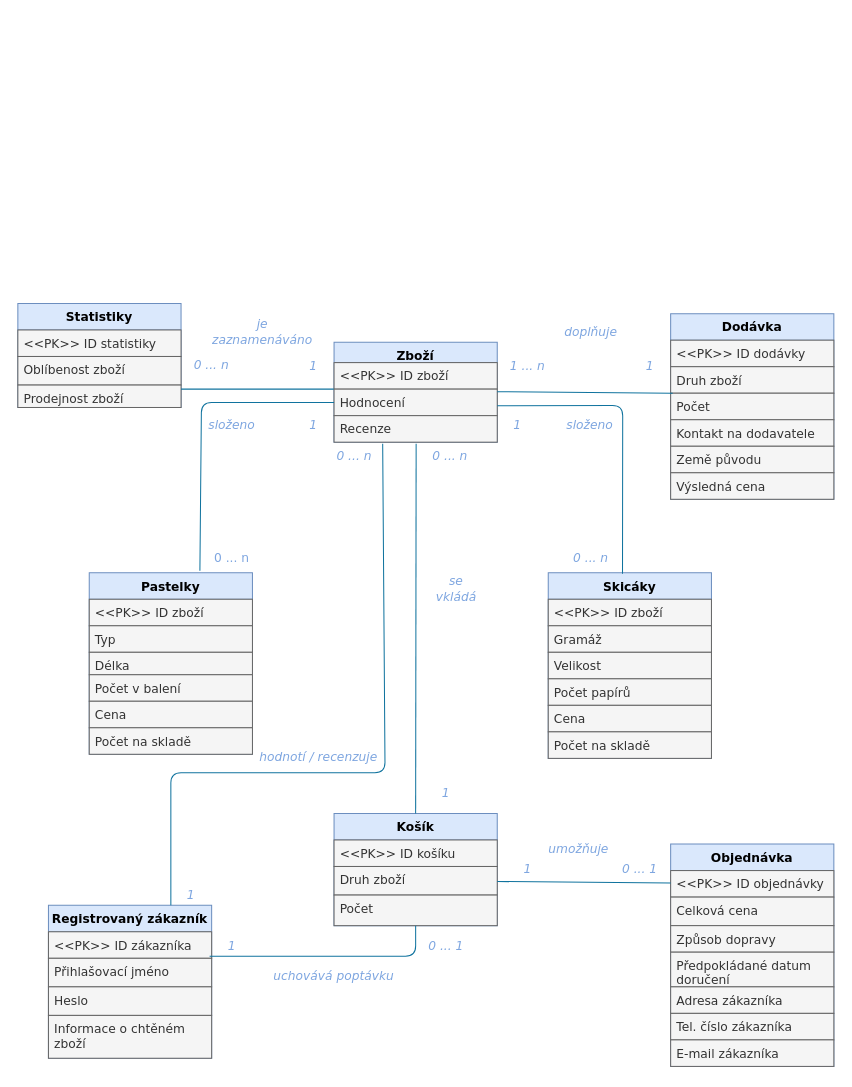
Before: ERdiagram.drawio in taiyo-harenohi/IUS, a draw.io diagram. Source tidied: cells renumbered, new cells numbered last; positions are measured from the earlier drawing's top-left corner, leaving out a move shared by most shapes. Both pictures are drawn from the tidied source at 102%, with x=0, y=0 at pixel (17, 303).
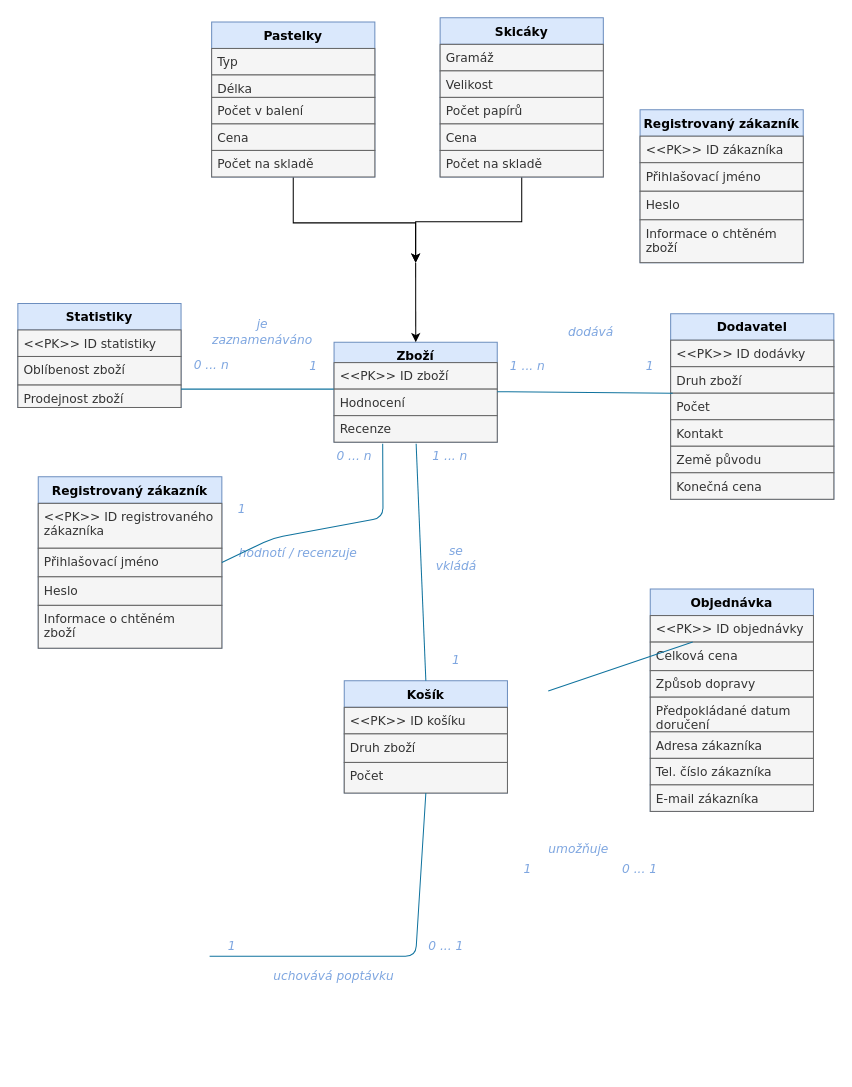
After the change.

Unchanged cells that the change refers to:
```xml
<mxCell id="4" value="Hodnocení" style="text;align=left;verticalAlign=top;spacingLeft=4;spacingRight=4;overflow=hidden;points=[[0,0.5],[1,0.5]];portConstraint=eastwest;rounded=0;shadow=0;html=0;fillColor=#f5f5f5;strokeColor=#666666;fontColor=#333333;fontFamily=Verdana;" parent="2" vertex="1">
  <mxGeometry y="46" width="160" height="26" as="geometry" />
</mxCell>
<mxCell id="5" value="Recenze" style="text;align=left;verticalAlign=top;spacingLeft=4;spacingRight=4;overflow=hidden;points=[[0,0.5],[1,0.5]];portConstraint=eastwest;rounded=0;shadow=0;html=0;fillColor=#f5f5f5;strokeColor=#666666;fontColor=#333333;fontFamily=Verdana;" parent="2" vertex="1">
  <mxGeometry y="72" width="160" height="26" as="geometry" />
</mxCell>
<mxCell id="29" value="Druh zboží" style="text;align=left;verticalAlign=top;spacingLeft=4;spacingRight=4;overflow=hidden;points=[[0,0.5],[1,0.5]];portConstraint=eastwest;fillColor=#f5f5f5;strokeColor=#666666;fontColor=#333333;fontFamily=Verdana;" parent="27" vertex="1">
  <mxGeometry y="52" width="160" height="28" as="geometry" />
</mxCell>
<mxCell id="56" value="&lt;&lt;PK&gt;&gt; ID objednávky&#10;" style="text;align=left;verticalAlign=top;spacingLeft=4;spacingRight=4;overflow=hidden;points=[[0,0.5],[1,0.5]];portConstraint=eastwest;fillColor=#f5f5f5;strokeColor=#666666;fontColor=#333333;fontFamily=Verdana;" parent="55" vertex="1">
  <mxGeometry y="26" width="160" height="26" as="geometry" />
</mxCell>
```

Diff of the diagram source:
```diff
@@
+    <mxCell id="81" style="edgeStyle=orthogonalEdgeStyle;rounded=0;jettySize=auto;html=1;exitX=0.5;exitY=1;exitDx=0;exitDy=0;" parent="1" edge="1" source="6">
+      <mxGeometry relative="1" as="geometry">
+        <mxPoint x="390" y="-40" as="targetPoint" />
+        <Array as="points">
+          <mxPoint x="270" y="-79" />
+          <mxPoint x="390" y="-79" />
+        </Array>
+      </mxGeometry>
+    </mxCell>
     <mxCell id="6" value="Pastelky" style="swimlane;fontStyle=1;align=center;verticalAlign=top;horizontal=1;startSize=26;rounded=0;shadow=0;strokeWidth=1;fillColor=#dae8fc;strokeColor=#6c8ebf;fontFamily=Verdana;" parent="1" vertex="1">
-      <mxGeometry x="70" y="264" width="160" height="178" as="geometry" />
+      <mxGeometry x="190" y="-276" width="160" height="152" as="geometry" />
     </mxCell>
-    <mxCell id="7" value="&lt;&lt;PK&gt;&gt; ID zboží" style="text;align=left;verticalAlign=top;spacingLeft=4;spacingRight=4;overflow=hidden;fillColor=#f5f5f5;strokeColor=#666666;fontColor=#333333;fontFamily=Verdana;" parent="6" vertex="1">
-      <mxGeometry y="26" width="160" height="26" as="geometry" />
-    </mxCell>
     <mxCell id="8" value="Typ" style="text;align=left;verticalAlign=top;spacingLeft=4;spacingRight=4;overflow=hidden;rounded=0;shadow=0;html=0;fillColor=#f5f5f5;strokeColor=#666666;fontColor=#333333;fontFamily=Verdana;" parent="6" vertex="1">
-      <mxGeometry y="52" width="160" height="26" as="geometry" />
+      <mxGeometry y="26" width="160" height="26" as="geometry" />
     </mxCell>
     <mxCell id="9" value="Délka" style="text;align=left;verticalAlign=top;spacingLeft=4;spacingRight=4;overflow=hidden;fontStyle=0;fillColor=#f5f5f5;strokeColor=#666666;fontColor=#333333;fontFamily=Verdana;" parent="6" vertex="1">
-      <mxGeometry y="78" width="160" height="22" as="geometry" />
+      <mxGeometry y="52" width="160" height="22" as="geometry" />
     </mxCell>
     <mxCell id="10" value="Počet v balení&#10;" style="text;align=left;verticalAlign=top;spacingLeft=4;spacingRight=4;overflow=hidden;fillColor=#f5f5f5;strokeColor=#666666;fontColor=#333333;fontFamily=Verdana;" parent="6" vertex="1">
-      <mxGeometry y="100" width="160" height="26" as="geometry" />
+      <mxGeometry y="74" width="160" height="26" as="geometry" />
     </mxCell>
     <mxCell id="11" value="Cena" style="text;align=left;verticalAlign=top;spacingLeft=4;spacingRight=4;overflow=hidden;fillColor=#f5f5f5;strokeColor=#666666;fontColor=#333333;fontFamily=Verdana;" parent="6" vertex="1">
-      <mxGeometry y="126" width="160" height="26" as="geometry" />
+      <mxGeometry y="100" width="160" height="26" as="geometry" />
     </mxCell>
     <mxCell id="12" value="Počet na skladě" style="text;align=left;verticalAlign=top;spacingLeft=4;spacingRight=4;overflow=hidden;fillColor=#f5f5f5;strokeColor=#666666;fontColor=#333333;fontFamily=Verdana;" parent="6" vertex="1">
-      <mxGeometry y="152" width="160" height="26" as="geometry" />
+      <mxGeometry y="126" width="160" height="26" as="geometry" />
     </mxCell>
+    <mxCell id="82" style="edgeStyle=orthogonalEdgeStyle;rounded=0;jettySize=auto;html=1;exitX=0.5;exitY=1;exitDx=0;exitDy=0;" parent="1" edge="1" source="13">
+      <mxGeometry relative="1" as="geometry">
+        <mxPoint x="390" y="-40" as="targetPoint" />
+        <Array as="points">
+          <mxPoint x="494" y="-80" />
+          <mxPoint x="390" y="-80" />
+        </Array>
+      </mxGeometry>
+    </mxCell>
     <mxCell id="13" value="Skicáky" style="swimlane;fontStyle=1;align=center;verticalAlign=top;horizontal=1;startSize=26;rounded=0;shadow=0;strokeWidth=1;fillColor=#dae8fc;strokeColor=#6c8ebf;fontFamily=Verdana;" parent="1" vertex="1">
-      <mxGeometry x="520" y="264" width="160" height="182" as="geometry" />
+      <mxGeometry x="414" y="-280" width="160" height="156" as="geometry" />
     </mxCell>
-    <mxCell id="14" value="&lt;&lt;PK&gt;&gt; ID zboží&#10;" style="text;align=left;verticalAlign=top;spacingLeft=4;spacingRight=4;overflow=hidden;fillColor=#f5f5f5;strokeColor=#666666;fontColor=#333333;fontFamily=Verdana;" parent="13" vertex="1">
-      <mxGeometry y="26" width="160" height="26" as="geometry" />
-    </mxCell>
     <mxCell id="15" value="Gramáž" style="text;align=left;verticalAlign=top;spacingLeft=4;spacingRight=4;overflow=hidden;fillColor=#f5f5f5;strokeColor=#666666;fontColor=#333333;fontFamily=Verdana;" parent="13" vertex="1">
-      <mxGeometry y="52" width="160" height="26" as="geometry" />
+      <mxGeometry y="26" width="160" height="26" as="geometry" />
     </mxCell>
     <mxCell id="16" value="Velikost" style="text;align=left;verticalAlign=top;spacingLeft=4;spacingRight=4;overflow=hidden;fillColor=#f5f5f5;strokeColor=#666666;fontColor=#333333;fontFamily=Verdana;" parent="13" vertex="1">
-      <mxGeometry y="78" width="160" height="26" as="geometry" />
+      <mxGeometry y="52" width="160" height="26" as="geometry" />
     </mxCell>
     <mxCell id="17" value="Počet papírů" style="text;align=left;verticalAlign=top;spacingLeft=4;spacingRight=4;overflow=hidden;fillColor=#f5f5f5;strokeColor=#666666;fontColor=#333333;fontFamily=Verdana;" parent="13" vertex="1">
-      <mxGeometry y="104" width="160" height="26" as="geometry" />
+      <mxGeometry y="78" width="160" height="26" as="geometry" />
     </mxCell>
     <mxCell id="18" value="Cena" style="text;align=left;verticalAlign=top;spacingLeft=4;spacingRight=4;overflow=hidden;fillColor=#f5f5f5;strokeColor=#666666;fontColor=#333333;fontFamily=Verdana;" parent="13" vertex="1">
-      <mxGeometry y="130" width="160" height="26" as="geometry" />
+      <mxGeometry y="104" width="160" height="26" as="geometry" />
     </mxCell>
     <mxCell id="19" value="Počet na skladě" style="text;align=left;verticalAlign=top;spacingLeft=4;spacingRight=4;overflow=hidden;fillColor=#f5f5f5;strokeColor=#666666;fontColor=#333333;fontFamily=Verdana;" parent="13" vertex="1">
-      <mxGeometry y="156" width="160" height="26" as="geometry" />
+      <mxGeometry y="130" width="160" height="26" as="geometry" />
     </mxCell>
-    <mxCell id="20" value="Dodávka" style="swimlane;fontStyle=1;align=center;verticalAlign=top;horizontal=1;startSize=26;rounded=0;shadow=0;strokeWidth=1;fillColor=#dae8fc;strokeColor=#6c8ebf;fontFamily=Verdana;" parent="1" vertex="1">
+    <mxCell id="20" value="Dodavatel" style="swimlane;fontStyle=1;align=center;verticalAlign=top;horizontal=1;startSize=26;rounded=0;shadow=0;strokeWidth=1;fillColor=#dae8fc;strokeColor=#6c8ebf;fontFamily=Verdana;" parent="1" vertex="1">
       <mxGeometry x="640" y="10" width="160" height="182" as="geometry" />
     </mxCell>
@@
-    <mxCell id="24" value="Kontakt na dodavatele" style="text;align=left;verticalAlign=top;spacingLeft=4;spacingRight=4;overflow=hidden;rounded=0;shadow=0;html=0;fillColor=#f5f5f5;strokeColor=#666666;fontColor=#333333;fontFamily=Verdana;" parent="20" vertex="1">
+    <mxCell id="24" value="Kontakt&#10;" style="text;align=left;verticalAlign=top;spacingLeft=4;spacingRight=4;overflow=hidden;rounded=0;shadow=0;html=0;fillColor=#f5f5f5;strokeColor=#666666;fontColor=#333333;fontFamily=Verdana;" parent="20" vertex="1">
       <mxGeometry y="104" width="160" height="26" as="geometry" />
     </mxCell>
@@
-    <mxCell id="26" value="Výsledná cena" style="text;align=left;verticalAlign=top;spacingLeft=4;spacingRight=4;overflow=hidden;rounded=0;shadow=0;html=0;fillColor=#f5f5f5;strokeColor=#666666;fontColor=#333333;fontFamily=Verdana;" parent="20" vertex="1">
+    <mxCell id="26" value="Konečná cena" style="text;align=left;verticalAlign=top;spacingLeft=4;spacingRight=4;overflow=hidden;rounded=0;shadow=0;html=0;fillColor=#f5f5f5;strokeColor=#666666;fontColor=#333333;fontFamily=Verdana;" parent="20" vertex="1">
       <mxGeometry y="156" width="160" height="26" as="geometry" />
     </mxCell>
     <mxCell id="27" value="Košík" style="swimlane;fontStyle=1;align=center;verticalAlign=top;horizontal=1;startSize=26;rounded=0;shadow=0;strokeWidth=1;fillColor=#dae8fc;strokeColor=#6c8ebf;fontFamily=Verdana;" parent="1" vertex="1">
-      <mxGeometry x="310" y="500" width="160" height="110" as="geometry" />
+      <mxGeometry x="320" y="370" width="160" height="110" as="geometry" />
     </mxCell>
@@
-    <mxCell id="37" value="doplňuje" style="text;html=1;strokeColor=none;fillColor=none;align=center;verticalAlign=middle;whiteSpace=wrap;rounded=0;fontFamily=Verdana;fontColor=#7EA6E0;fontStyle=2;" parent="1" vertex="1">
+    <mxCell id="37" value="dodává" style="text;html=1;strokeColor=none;fillColor=none;align=center;verticalAlign=middle;whiteSpace=wrap;rounded=0;fontFamily=Verdana;fontColor=#7EA6E0;fontStyle=2;" parent="1" vertex="1">
       <mxGeometry x="542.4" y="18" width="40" height="20" as="geometry" />
     </mxCell>
@@
-    <mxCell id="41" value="0 ... n" style="text;html=1;strokeColor=none;fillColor=none;align=center;verticalAlign=middle;whiteSpace=wrap;rounded=0;fontFamily=Verdana;fontColor=#7EA6E0;" parent="1" vertex="1">
-      <mxGeometry x="190" y="240" width="40" height="20" as="geometry" />
-    </mxCell>
-    <mxCell id="42" value="složeno" style="text;html=1;strokeColor=none;fillColor=none;align=center;verticalAlign=middle;whiteSpace=wrap;rounded=0;fontFamily=Verdana;fontColor=#7EA6E0;fontStyle=2;" parent="1" vertex="1">
-      <mxGeometry x="190" y="110" width="40" height="20" as="geometry" />
-    </mxCell>
-    <mxCell id="43" value="1" style="text;html=1;strokeColor=none;fillColor=none;align=center;verticalAlign=middle;whiteSpace=wrap;rounded=0;fontFamily=Verdana;fontColor=#7EA6E0;fontStyle=2;" parent="1" vertex="1">
-      <mxGeometry x="270" y="110" width="40" height="20" as="geometry" />
-    </mxCell>
-    <mxCell id="44" value="1" style="text;html=1;strokeColor=none;fillColor=none;align=center;verticalAlign=middle;whiteSpace=wrap;rounded=0;fontFamily=Verdana;fontColor=#7EA6E0;fontStyle=2;" parent="1" vertex="1">
-      <mxGeometry x="470" y="110" width="40" height="20" as="geometry" />
-    </mxCell>
-    <mxCell id="45" value="složeno" style="text;html=1;strokeColor=none;fillColor=none;align=center;verticalAlign=middle;whiteSpace=wrap;rounded=0;fontFamily=Verdana;fontColor=#7EA6E0;fontStyle=2;" parent="1" vertex="1">
-      <mxGeometry x="540" y="110" width="42.4" height="20" as="geometry" />
-    </mxCell>
-    <mxCell id="46" value="0 ... n" style="text;html=1;strokeColor=none;fillColor=none;align=center;verticalAlign=middle;whiteSpace=wrap;rounded=0;fontFamily=Verdana;fontColor=#7EA6E0;fontStyle=2;" parent="1" vertex="1">
-      <mxGeometry x="542.4" y="240" width="40" height="20" as="geometry" />
-    </mxCell>
-    <mxCell id="47" value="0 ... n" style="text;html=1;strokeColor=none;fillColor=none;align=center;verticalAlign=middle;whiteSpace=wrap;rounded=0;fontFamily=Verdana;fontColor=#7EA6E0;fontStyle=2;" parent="1" vertex="1">
+    <mxCell id="47" value="1 ... n" style="text;html=1;strokeColor=none;fillColor=none;align=center;verticalAlign=middle;whiteSpace=wrap;rounded=0;fontFamily=Verdana;fontColor=#7EA6E0;fontStyle=2;" parent="1" vertex="1">
       <mxGeometry x="404" y="140" width="40" height="20" as="geometry" />
     </mxCell>
     <mxCell id="48" value="se vkládá" style="text;html=1;strokeColor=none;fillColor=none;align=center;verticalAlign=middle;whiteSpace=wrap;rounded=0;fontFamily=Verdana;fontStyle=2;fontColor=#7EA6E0;" parent="1" vertex="1">
-      <mxGeometry x="410" y="270" width="40" height="20" as="geometry" />
+      <mxGeometry x="410" y="240" width="40" height="20" as="geometry" />
     </mxCell>
     <mxCell id="49" value="1" style="text;html=1;strokeColor=none;fillColor=none;align=center;verticalAlign=middle;whiteSpace=wrap;rounded=0;fontFamily=Verdana;fontColor=#7EA6E0;fontStyle=2;" parent="1" vertex="1">
-      <mxGeometry x="400" y="470" width="40" height="20" as="geometry" />
+      <mxGeometry x="410" y="340" width="40" height="20" as="geometry" />
     </mxCell>
     <mxCell id="50" value="Registrovaný zákazník" style="swimlane;fontStyle=1;align=center;verticalAlign=top;horizontal=1;startSize=26;rounded=0;shadow=0;strokeWidth=1;fillColor=#dae8fc;strokeColor=#6c8ebf;fontFamily=Verdana;" parent="1" vertex="1">
-      <mxGeometry x="30" y="590" width="160" height="150" as="geometry" />
+      <mxGeometry x="20" y="170" width="180" height="168" as="geometry" />
     </mxCell>
-    <mxCell id="51" value="&lt;&lt;PK&gt;&gt; ID zákazníka" style="text;align=left;verticalAlign=top;spacingLeft=4;spacingRight=4;overflow=hidden;fillColor=#f5f5f5;strokeColor=#666666;fontColor=#333333;fontFamily=Verdana;" parent="50" vertex="1">
-      <mxGeometry y="26" width="160" height="26" as="geometry" />
+    <mxCell id="51" value="&lt;&lt;PK&gt;&gt; ID registrovaného&#10;zákazníka" style="text;align=left;verticalAlign=top;spacingLeft=4;spacingRight=4;overflow=hidden;fillColor=#f5f5f5;strokeColor=#666666;fontColor=#333333;fontFamily=Verdana;" parent="50" vertex="1">
+      <mxGeometry y="26" width="180" height="44" as="geometry" />
     </mxCell>
     <mxCell id="52" value="Přihlašovací jméno" style="text;align=left;verticalAlign=top;spacingLeft=4;spacingRight=4;overflow=hidden;points=[[0,0.5],[1,0.5]];portConstraint=eastwest;fillColor=#f5f5f5;strokeColor=#666666;fontColor=#333333;fontFamily=Verdana;" parent="50" vertex="1">
-      <mxGeometry y="52" width="160" height="28" as="geometry" />
+      <mxGeometry y="70" width="180" height="28" as="geometry" />
     </mxCell>
     <mxCell id="53" value="Heslo" style="text;align=left;verticalAlign=top;spacingLeft=4;spacingRight=4;overflow=hidden;fillColor=#f5f5f5;strokeColor=#666666;fontColor=#333333;fontFamily=Verdana;" parent="50" vertex="1">
-      <mxGeometry y="80" width="160" height="28" as="geometry" />
+      <mxGeometry y="98" width="180" height="28" as="geometry" />
     </mxCell>
     <mxCell id="54" value="Informace o chtěném &#10;zboží" style="text;align=left;verticalAlign=top;spacingLeft=4;spacingRight=4;overflow=hidden;fillColor=#f5f5f5;strokeColor=#666666;fontColor=#333333;fontFamily=Verdana;" parent="50" vertex="1">
-      <mxGeometry y="108" width="160" height="42" as="geometry" />
+      <mxGeometry y="126" width="180" height="42" as="geometry" />
     </mxCell>
     <mxCell id="55" value="Objednávka" style="swimlane;fontStyle=1;align=center;verticalAlign=top;horizontal=1;startSize=26;rounded=0;shadow=0;strokeWidth=1;fillColor=#dae8fc;strokeColor=#6c8ebf;fontFamily=Verdana;" parent="1" vertex="1">
-      <mxGeometry x="640" y="530" width="160" height="218" as="geometry" />
+      <mxGeometry x="620" y="280" width="160" height="218" as="geometry" />
     </mxCell>
@@
-    <mxCell id="69" style="edgeStyle=orthogonalEdgeStyle;rounded=0;orthogonalLoop=1;jettySize=auto;html=1;exitX=0.5;exitY=1;exitDx=0;exitDy=0;fontFamily=Verdana;fontStyle=2;" parent="1" edge="1" source="43" target="43">
-      <mxGeometry relative="1" as="geometry" />
+    <mxCell id="69" style="edgeStyle=orthogonalEdgeStyle;rounded=0;orthogonalLoop=1;jettySize=auto;html=1;exitX=0.5;exitY=1;exitDx=0;exitDy=0;fontFamily=Verdana;fontStyle=2;" parent="1" edge="1">
+      <mxGeometry relative="1" as="geometry">
+        <mxPoint x="290" y="130" as="sourcePoint" />
+        <mxPoint x="290" y="130" as="targetPoint" />
+      </mxGeometry>
     </mxCell>
     <mxCell id="70" value="1" style="text;html=1;strokeColor=none;fillColor=none;align=center;verticalAlign=middle;whiteSpace=wrap;rounded=0;fontFamily=Verdana;fontColor=#7EA6E0;fontStyle=2;" parent="1" vertex="1">
-      <mxGeometry x="150" y="570" width="40" height="20" as="geometry" />
+      <mxGeometry x="200" y="192" width="40" height="20" as="geometry" />
     </mxCell>
     <mxCell id="71" value="hodnotí / recenzuje" style="text;html=1;strokeColor=none;fillColor=none;align=center;verticalAlign=middle;whiteSpace=wrap;rounded=0;fontFamily=Verdana;fontColor=#7EA6E0;fontStyle=2;" parent="1" vertex="1">
-      <mxGeometry x="230" y="430" width="130" height="30" as="geometry" />
+      <mxGeometry x="210" y="230" width="130" height="30" as="geometry" />
     </mxCell>
@@
-    <mxCell id="74" style="endArrow=none;html=1;entryX=0;entryY=0.5;entryDx=0;entryDy=0;exitX=0.678;exitY=-0.011;exitDx=0;exitDy=0;exitPerimeter=0;fontFamily=Verdana;fillColor=#b1ddf0;strokeColor=#10739e;" parent="1" edge="1" source="6" target="4">
-      <mxGeometry relative="1" as="geometry">
-        <Array as="points">
-          <mxPoint x="180" y="97" />
-        </Array>
-      </mxGeometry>
-    </mxCell>
@@
-    <mxCell id="76" style="endArrow=none;html=1;exitX=0.75;exitY=0;exitDx=0;exitDy=0;entryX=0.298;entryY=1.062;entryDx=0;entryDy=0;entryPerimeter=0;fontFamily=Verdana;fillColor=#b1ddf0;strokeColor=#10739e;" parent="1" edge="1" source="50" target="5">
+    <mxCell id="76" style="endArrow=none;html=1;exitX=1;exitY=0.5;exitDx=0;exitDy=0;entryX=0.298;entryY=1.062;entryDx=0;entryDy=0;entryPerimeter=0;fontFamily=Verdana;fillColor=#b1ddf0;strokeColor=#10739e;" parent="1" edge="1" source="52" target="5">
       <mxGeometry relative="1" as="geometry">
         <Array as="points">
-          <mxPoint x="150" y="460" />
-          <mxPoint x="360" y="460" />
+          <mxPoint x="250" y="230" />
+          <mxPoint x="358" y="210" />
         </Array>
       </mxGeometry>
     </mxCell>
@@
-    <mxCell id="79" style="endArrow=none;html=1;fontFamily=Verdana;fillColor=#b1ddf0;strokeColor=#10739e;" parent="1" edge="1" source="29" target="56">
-      <mxGeometry relative="1" as="geometry" />
+    <mxCell id="79" style="endArrow=none;html=1;fontFamily=Verdana;fillColor=#b1ddf0;strokeColor=#10739e;" parent="1" edge="1" target="56">
+      <mxGeometry relative="1" as="geometry">
+        <mxPoint x="520" y="380" as="sourcePoint" />
+      </mxGeometry>
     </mxCell>
-    <mxCell id="80" style="endArrow=none;html=1;exitX=1;exitY=0.182;exitDx=0;exitDy=0;exitPerimeter=0;entryX=0.455;entryY=0.005;entryDx=0;entryDy=0;entryPerimeter=0;fontFamily=Verdana;fillColor=#b1ddf0;strokeColor=#10739e;" parent="1" edge="1" target="13">
-      <mxGeometry relative="1" as="geometry">
-        <mxPoint x="470" y="100.3" as="sourcePoint" />
-        <Array as="points">
-          <mxPoint x="593" y="100" />
-        </Array>
-      </mxGeometry>
-    </mxCell>
+    <mxCell id="83" style="endArrow=classic;html=1;entryX=0.438;entryY=0;entryDx=0;entryDy=0;entryPerimeter=0;" parent="1" edge="1">
+      <mxGeometry relative="1" as="geometry">
+        <mxPoint x="390" y="-40" as="sourcePoint" />
+        <mxPoint x="390.1" y="38" as="targetPoint" />
+      </mxGeometry>
+    </mxCell>
+    <mxCell id="84" value="Registrovaný zákazník" style="swimlane;fontStyle=1;align=center;verticalAlign=top;horizontal=1;startSize=26;rounded=0;shadow=0;strokeWidth=1;fillColor=#dae8fc;strokeColor=#6c8ebf;fontFamily=Verdana;" parent="1" vertex="1">
+      <mxGeometry x="610" y="-190" width="160" height="150" as="geometry" />
+    </mxCell>
+    <mxCell id="85" value="&lt;&lt;PK&gt;&gt; ID zákazníka" style="text;align=left;verticalAlign=top;spacingLeft=4;spacingRight=4;overflow=hidden;fillColor=#f5f5f5;strokeColor=#666666;fontColor=#333333;fontFamily=Verdana;" parent="84" vertex="1">
+      <mxGeometry y="26" width="160" height="26" as="geometry" />
+    </mxCell>
+    <mxCell id="86" value="Přihlašovací jméno" style="text;align=left;verticalAlign=top;spacingLeft=4;spacingRight=4;overflow=hidden;fillColor=#f5f5f5;strokeColor=#666666;fontColor=#333333;fontFamily=Verdana;" parent="84" vertex="1">
+      <mxGeometry y="52" width="160" height="28" as="geometry" />
+    </mxCell>
+    <mxCell id="87" value="Heslo" style="text;align=left;verticalAlign=top;spacingLeft=4;spacingRight=4;overflow=hidden;fillColor=#f5f5f5;strokeColor=#666666;fontColor=#333333;fontFamily=Verdana;" parent="84" vertex="1">
+      <mxGeometry y="80" width="160" height="28" as="geometry" />
+    </mxCell>
+    <mxCell id="88" value="Informace o chtěném &#10;zboží" style="text;align=left;verticalAlign=top;spacingLeft=4;spacingRight=4;overflow=hidden;fillColor=#f5f5f5;strokeColor=#666666;fontColor=#333333;fontFamily=Verdana;" parent="84" vertex="1">
+      <mxGeometry y="108" width="160" height="42" as="geometry" />
+    </mxCell>
```
